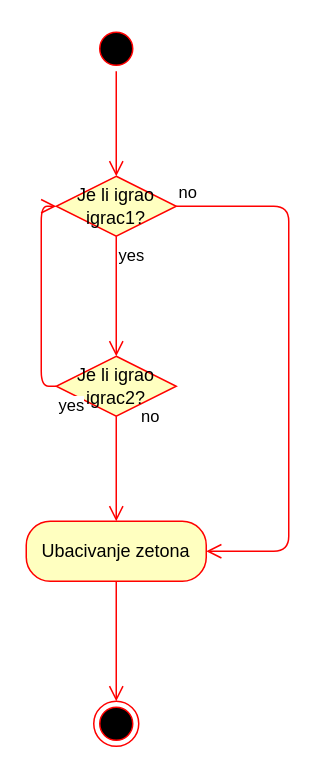
The draw.io diagram page "Activity: Ubacivanje zetona" (5 of 5) of dijagram.drawio in LauraMemedovic/connect-four, before the edit. Source tidied: cells renumbered, new cells numbered last; positions are measured from the earlier drawing's top-left corner, leaving out a move shared by most shapes. Both pictures are drawn from the tidied source at 150%, with x=0, y=0 at pixel (26, 26).
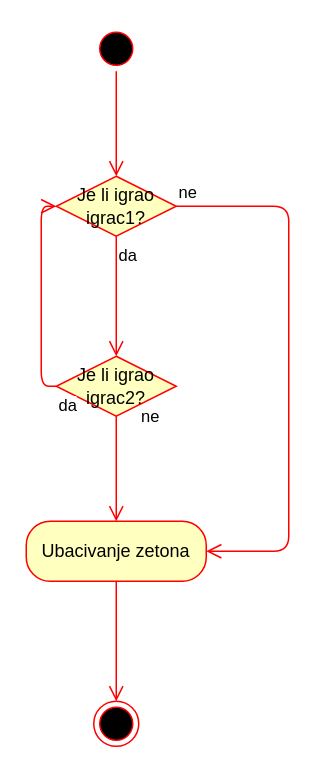
Above is the later version.

Diff of the diagram source:
```diff
@@
 <mxGraphModel>
   <root>
     <mxCell id="0" />
     <mxCell id="1" parent="0" />
     <mxCell id="2" value="Ubacivanje zetona" style="rounded=1;whiteSpace=wrap;html=1;arcSize=40;fontColor=#000000;fillColor=#ffffc0;strokeColor=#ff0000;" parent="1" vertex="1">
       <mxGeometry y="330" width="120" height="40" as="geometry" />
     </mxCell>
     <mxCell id="3" style="edgeStyle=orthogonalEdgeStyle;html=1;verticalAlign=bottom;endArrow=open;endSize=8;strokeColor=#ff0000;entryX=0.5;entryY=0;entryDx=0;entryDy=0;" parent="1" edge="1" source="2" target="12">
       <mxGeometry relative="1" as="geometry" />
     </mxCell>
     <mxCell id="4" style="ellipse;html=1;shape=startState;fillColor=#000000;strokeColor=#ff0000;" parent="1" vertex="1">
       <mxGeometry x="45" width="30" height="30" as="geometry" />
     </mxCell>
     <mxCell id="5" style="edgeStyle=orthogonalEdgeStyle;html=1;verticalAlign=bottom;endArrow=open;endSize=8;strokeColor=#ff0000;entryX=0.5;entryY=0;entryDx=0;entryDy=0;" parent="1" edge="1" source="4" target="6">
       <mxGeometry relative="1" as="geometry" />
     </mxCell>
     <mxCell id="6" value="Je li igrao igrac1?" style="rhombus;whiteSpace=wrap;html=1;fillColor=#ffffc0;strokeColor=#ff0000;" parent="1" vertex="1">
       <mxGeometry x="20" y="100" width="80" height="40" as="geometry" />
     </mxCell>
-    <mxCell id="7" value="no" style="edgeStyle=orthogonalEdgeStyle;html=1;align=left;verticalAlign=bottom;endArrow=open;endSize=8;strokeColor=#ff0000;entryX=1;entryY=0.5;entryDx=0;entryDy=0;" parent="1" edge="1" source="6" target="2">
+    <mxCell id="7" value="ne" style="edgeStyle=orthogonalEdgeStyle;html=1;align=left;verticalAlign=bottom;endArrow=open;endSize=8;strokeColor=#ff0000;entryX=1;entryY=0.5;entryDx=0;entryDy=0;" parent="1" edge="1" source="6" target="2">
       <mxGeometry x="-1" relative="1" as="geometry">
         <Array as="points">
           <mxPoint x="175" y="120" />
           <mxPoint x="175" y="350" />
         </Array>
       </mxGeometry>
     </mxCell>
-    <mxCell id="8" value="yes" style="edgeStyle=orthogonalEdgeStyle;html=1;align=left;verticalAlign=top;endArrow=open;endSize=8;strokeColor=#ff0000;entryX=0.5;entryY=0;entryDx=0;entryDy=0;" parent="1" edge="1" source="6" target="9">
+    <mxCell id="8" value="da" style="edgeStyle=orthogonalEdgeStyle;html=1;align=left;verticalAlign=top;endArrow=open;endSize=8;strokeColor=#ff0000;entryX=0.5;entryY=0;entryDx=0;entryDy=0;" parent="1" edge="1" source="6" target="9">
       <mxGeometry x="-1" relative="1" as="geometry" />
     </mxCell>
     <mxCell id="9" value="Je li igrao igrac2?" style="rhombus;whiteSpace=wrap;html=1;fillColor=#ffffc0;strokeColor=#ff0000;" parent="1" vertex="1">
       <mxGeometry x="20" y="220" width="80" height="40" as="geometry" />
     </mxCell>
-    <mxCell id="10" value="no" style="edgeStyle=orthogonalEdgeStyle;html=1;align=left;verticalAlign=bottom;endArrow=open;endSize=8;strokeColor=#ff0000;entryX=0.5;entryY=0;entryDx=0;entryDy=0;" parent="1" edge="1" source="9" target="2">
+    <mxCell id="10" value="ne" style="edgeStyle=orthogonalEdgeStyle;html=1;align=left;verticalAlign=bottom;endArrow=open;endSize=8;strokeColor=#ff0000;entryX=0.5;entryY=0;entryDx=0;entryDy=0;" parent="1" edge="1" source="9" target="2">
       <mxGeometry x="-0.73" y="15" relative="1" as="geometry" />
     </mxCell>
-    <mxCell id="11" value="yes" style="edgeStyle=orthogonalEdgeStyle;html=1;align=left;verticalAlign=top;endArrow=open;endSize=8;strokeColor=#ff0000;entryX=0;entryY=0.5;entryDx=0;entryDy=0;" parent="1" edge="1" source="9" target="6">
+    <mxCell id="11" value="da" style="edgeStyle=orthogonalEdgeStyle;html=1;align=left;verticalAlign=top;endArrow=open;endSize=8;strokeColor=#ff0000;entryX=0;entryY=0.5;entryDx=0;entryDy=0;" parent="1" edge="1" source="9" target="6">
       <mxGeometry x="-1" relative="1" as="geometry">
         <Array as="points">
           <mxPoint x="10" y="240" />
           <mxPoint x="10" y="120" />
         </Array>
       </mxGeometry>
     </mxCell>
     <mxCell id="12" style="ellipse;html=1;shape=endState;fillColor=#000000;strokeColor=#ff0000;" parent="1" vertex="1">
       <mxGeometry x="45" y="450" width="30" height="30" as="geometry" />
     </mxCell>
   </root>
 </mxGraphModel>
```
